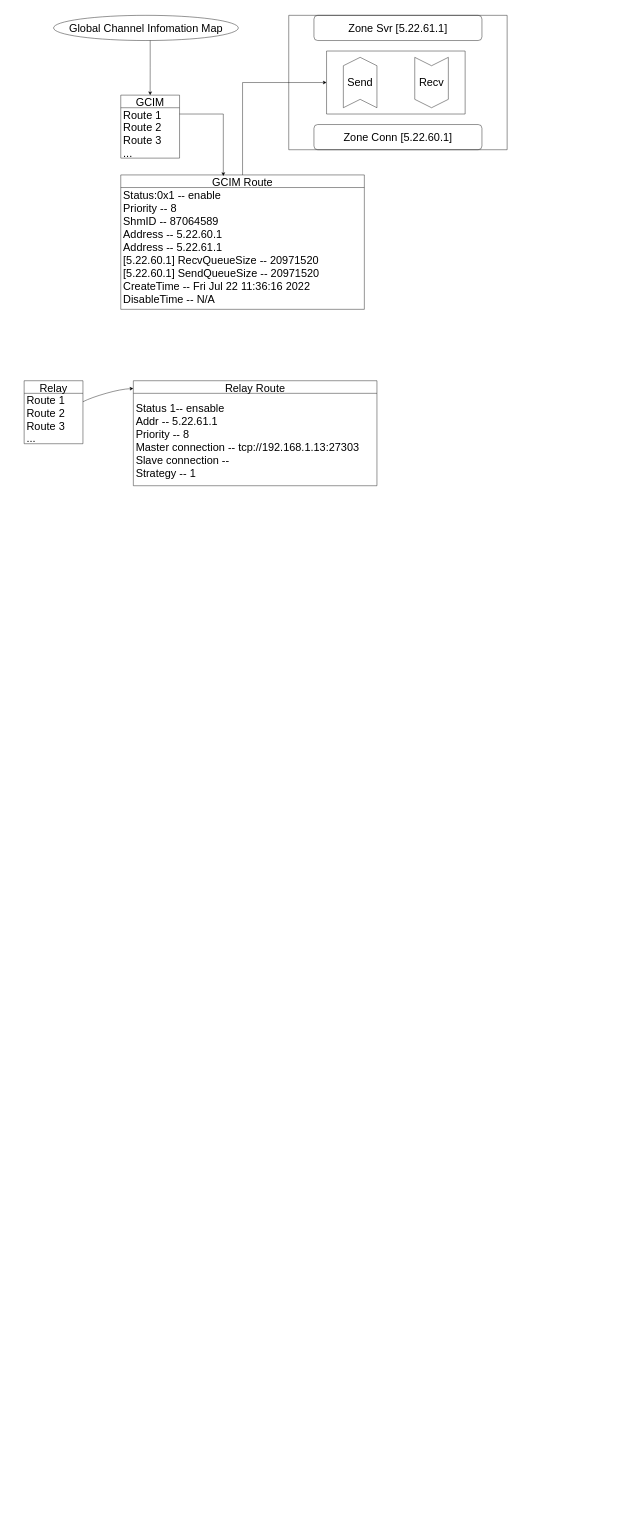
This is Bus.drawio from lincOBA/netstat-tcp, a draw.io file, before an edit. Source tidied: cells renumbered, new cells numbered last; positions are measured from the earlier drawing's top-left corner, leaving out a move shared by most shapes. Both pictures are drawn from the tidied source at 42%, with x=0, y=0 at pixel (24, 15).
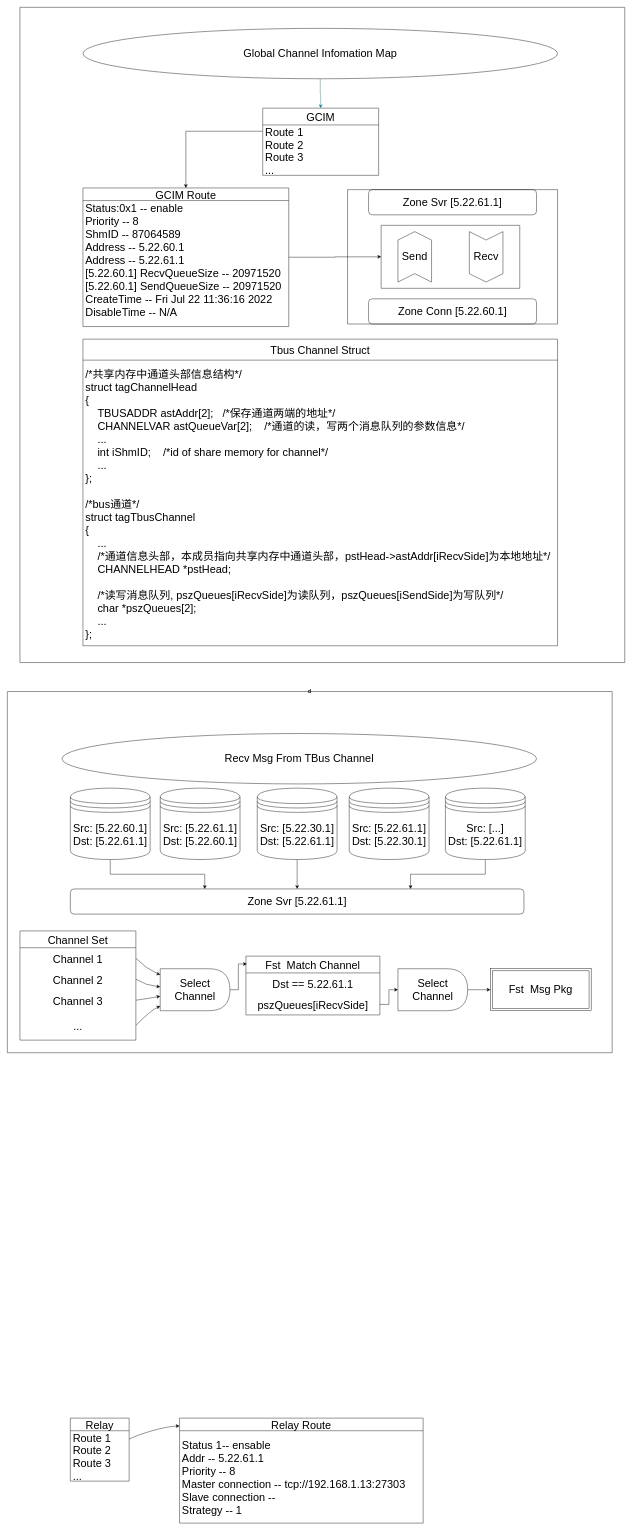
The same page after the edit.

Diff of the diagram source:
```diff
@@
-    <mxCell id="2" style="edgeStyle=orthogonalEdgeStyle;rounded=0;jettySize=auto;html=1;fontSize=26;exitX=0.523;exitY=0.917;exitDx=0;exitDy=0;exitPerimeter=0;entryX=0.5;entryY=0;entryDx=0;entryDy=0;" parent="1" edge="1" source="16" target="3">
-      <mxGeometry relative="1" as="geometry" />
-    </mxCell>
-    <mxCell id="3" value="GCIM" style="swimlane;fontStyle=0;horizontal=1;startSize=30;fontSize=26;" parent="1" vertex="1">
-      <mxGeometry x="230" y="190" width="140" height="150" as="geometry" />
+    <mxCell id="3" value="GCIM" style="swimlane;fontStyle=0;horizontal=1;startSize=40;fontSize=26;" parent="1" vertex="1">
+      <mxGeometry x="568" y="221" width="276" height="160" as="geometry" />
     </mxCell>
     <mxCell id="4" value="Route 1" style="text;strokeColor=none;fillColor=none;align=left;verticalAlign=middle;spacingLeft=4;spacingRight=4;overflow=hidden;points=[[0,0.5],[1,0.5]];portConstraint=eastwest;fontSize=26;" parent="3" vertex="1">
-      <mxGeometry y="30" width="140" height="30" as="geometry" />
+      <mxGeometry y="40" width="276" height="30" as="geometry" />
     </mxCell>
     <mxCell id="5" value="Route 2" style="text;strokeColor=none;fillColor=none;align=left;verticalAlign=middle;spacingLeft=4;spacingRight=4;overflow=hidden;fontSize=26;" parent="3" vertex="1">
-      <mxGeometry y="60" width="140" height="30" as="geometry" />
+      <mxGeometry y="70" width="276" height="30" as="geometry" />
     </mxCell>
     <mxCell id="6" value="Route 3" style="text;strokeColor=none;fillColor=none;align=left;verticalAlign=middle;spacingLeft=4;spacingRight=4;overflow=hidden;fontSize=26;" parent="3" vertex="1">
-      <mxGeometry y="90" width="140" height="30" as="geometry" />
+      <mxGeometry y="100" width="276" height="30" as="geometry" />
     </mxCell>
     <mxCell id="7" value="..." style="text;strokeColor=none;fillColor=none;align=left;verticalAlign=middle;spacingLeft=4;spacingRight=4;overflow=hidden;fontSize=26;" parent="3" vertex="1">
-      <mxGeometry y="120" width="140" height="30" as="geometry" />
+      <mxGeometry y="130" width="276" height="30" as="geometry" />
     </mxCell>
-    <mxCell id="8" style="edgeStyle=orthogonalEdgeStyle;rounded=0;jettySize=auto;html=1;entryX=0;entryY=0.5;entryDx=0;entryDy=0;fontSize=26;" parent="1" edge="1" source="9" target="24">
+    <mxCell id="8" style="edgeStyle=orthogonalEdgeStyle;rounded=0;jettySize=auto;html=1;entryX=0;entryY=0.5;entryDx=0;entryDy=0;" parent="1" edge="1" source="9" target="24">
       <mxGeometry relative="1" as="geometry" />
     </mxCell>
     <mxCell id="9" value="GCIM Route" style="swimlane;fontStyle=0;horizontal=1;startSize=30;fontSize=26;" parent="1" vertex="1">
-      <mxGeometry x="230" y="380" width="580" height="320" as="geometry" />
+      <mxGeometry x="140" y="411" width="490" height="330" as="geometry" />
     </mxCell>
     <mxCell id="10" value="Status:0x1 -- enable&#10;Priority -- 8&#10;ShmID -- 87064589&#10;Address -- 5.22.60.1&#10;Address -- 5.22.61.1&#10;[5.22.60.1] RecvQueueSize -- 20971520&#10;[5.22.60.1] SendQueueSize -- 20971520&#10;CreateTime -- Fri Jul 22 11:36:16 2022&#10;DisableTime -- N/A&#10;" style="text;strokeColor=none;fillColor=none;align=left;verticalAlign=middle;spacingLeft=4;spacingRight=4;overflow=hidden;fontSize=26;" parent="9" vertex="1">
-      <mxGeometry y="30" width="580" height="290" as="geometry" />
+      <mxGeometry y="30" width="490" height="300" as="geometry" />
     </mxCell>
+    <mxCell id="2" style="edgeStyle=orthogonalEdgeStyle;rounded=0;jettySize=auto;html=1;entryX=0.5;entryY=0;entryDx=0;entryDy=0;fillColor=#b0e3e6;strokeColor=#0e8088;" parent="1" edge="1" source="16" target="3">
+      <mxGeometry relative="1" as="geometry" />
+    </mxCell>
+    <mxCell id="16" value="Global Channel Infomation Map" style="ellipse;whiteSpace=wrap;html=1;fontSize=26;fontStyle=0;startSize=30;" parent="1" vertex="1">
+      <mxGeometry x="140" y="31" width="1130" height="120" as="geometry" />
+    </mxCell>
+    <mxCell id="20" value="Zone Svr [5.22.61.1]" style="rounded=1;whiteSpace=wrap;html=1;fontSize=26;" parent="1" vertex="1">
+      <mxGeometry x="820" y="415" width="400" height="60" as="geometry" />
+    </mxCell>
+    <mxCell id="21" value="Zone Conn [5.22.60.1]" style="rounded=1;whiteSpace=wrap;html=1;fontSize=26;" parent="1" vertex="1">
+      <mxGeometry x="820" y="675" width="400" height="60" as="geometry" />
+    </mxCell>
+    <mxCell id="22" value="Send" style="shape=step;perimeter=stepPerimeter;whiteSpace=wrap;html=1;fixedSize=1;fontSize=26;direction=north;" parent="1" vertex="1">
+      <mxGeometry x="890" y="515" width="80" height="120" as="geometry" />
+    </mxCell>
+    <mxCell id="23" value="Recv" style="shape=step;perimeter=stepPerimeter;whiteSpace=wrap;html=1;fixedSize=1;fontSize=26;direction=south;" parent="1" vertex="1">
+      <mxGeometry x="1060" y="515" width="80" height="120" as="geometry" />
+    </mxCell>
+    <mxCell id="24" style="swimlane;startSize=0;fontSize=26;" parent="1" vertex="1">
+      <mxGeometry x="850" y="500" width="330" height="150" as="geometry" />
+    </mxCell>
+    <mxCell id="26" style="swimlane;startSize=0;fontSize=26;" parent="1" vertex="1">
+      <mxGeometry x="770" y="415" width="500" height="320" as="geometry" />
+    </mxCell>
+    <mxCell id="25" style="edgeStyle=orthogonalEdgeStyle;rounded=0;jettySize=auto;html=1;" parent="1" edge="1" source="4" target="9">
+      <mxGeometry relative="1" as="geometry" />
+    </mxCell>
+    <mxCell id="27" value="Tbus Channel Struct" style="swimlane;fontStyle=0;horizontal=1;startSize=50;fontSize=26;" parent="1" vertex="1">
+      <mxGeometry x="140" y="771" width="1130" height="730" as="geometry" />
+    </mxCell>
+    <mxCell id="28" value="/*共享内存中通道头部信息结构*/&#10;struct tagChannelHead&#10;{&#10;    TBUSADDR astAddr[2];   /*保存通道两端的地址*/                &#10;    CHANNELVAR astQueueVar[2];    /*通道的读，写两个消息队列的参数信息*/   &#10;    ...                 &#10;    int iShmID;    /*id of share memory for channel*/    &#10;    ...   &#10;};&#10;&#10;/*bus通道*/&#10;struct tagTbusChannel&#10;{&#10;    ...&#10;    /*通道信息头部，本成员指向共享内存中通道头部，pstHead-&gt;astAddr[iRecvSide]为本地地址*/ &#10;    CHANNELHEAD *pstHead;  &#10;&#10;    /*读写消息队列, pszQueues[iRecvSide]为读队列，pszQueues[iSendSide]为写队列*/&#10;    char *pszQueues[2];   &#10;    ...&#10;};" style="text;strokeColor=none;fillColor=none;align=left;verticalAlign=middle;spacingLeft=4;spacingRight=4;overflow=hidden;fontSize=26;fontColor=#000000;" parent="27" vertex="1">
+      <mxGeometry y="50" width="1130" height="680" as="geometry" />
+    </mxCell>
+    <mxCell id="29" style="swimlane;startSize=0;fontColor=#000000;" parent="1" vertex="1">
+      <mxGeometry x="-10" y="-19" width="1440" height="1560" as="geometry" />
+    </mxCell>
+    <mxCell id="30" value="d" style="swimlane;startSize=0;fontColor=#000000;" parent="1" vertex="1">
+      <mxGeometry x="-40" y="1610" width="1440" height="860" as="geometry" />
+    </mxCell>
+    <mxCell id="31" value="Zone Svr [5.22.61.1]" style="rounded=1;whiteSpace=wrap;html=1;fontSize=26;" parent="30" vertex="1">
+      <mxGeometry x="150" y="470" width="1080" height="60" as="geometry" />
+    </mxCell>
+    <mxCell id="32" value="Channel Set" style="swimlane;fontStyle=0;horizontal=1;startSize=40;fontSize=26;align=center;" parent="30" vertex="1">
+      <mxGeometry x="30" y="570" width="276" height="260" as="geometry" />
+    </mxCell>
+    <mxCell id="33" value="Channel 1" style="text;strokeColor=none;fillColor=none;align=center;verticalAlign=middle;spacingLeft=4;spacingRight=4;overflow=hidden;points=[[0,0.5],[1,0.5]];portConstraint=eastwest;fontSize=26;" parent="32" vertex="1">
+      <mxGeometry y="40" width="276" height="50" as="geometry" />
+    </mxCell>
+    <mxCell id="34" value="Channel 2" style="text;strokeColor=none;fillColor=none;align=center;verticalAlign=middle;spacingLeft=4;spacingRight=4;overflow=hidden;points=[[0,0.5],[1,0.5]];portConstraint=eastwest;fontSize=26;" parent="32" vertex="1">
+      <mxGeometry y="90" width="276" height="50" as="geometry" />
+    </mxCell>
+    <mxCell id="35" value="Channel 3" style="text;strokeColor=none;fillColor=none;align=center;verticalAlign=middle;spacingLeft=4;spacingRight=4;overflow=hidden;points=[[0,0.5],[1,0.5]];portConstraint=eastwest;fontSize=26;" parent="32" vertex="1">
+      <mxGeometry y="140" width="276" height="50" as="geometry" />
+    </mxCell>
+    <mxCell id="36" value="..." style="text;strokeColor=none;fillColor=none;align=center;verticalAlign=middle;spacingLeft=4;spacingRight=4;overflow=hidden;points=[[0,0.5],[1,0.5]];portConstraint=eastwest;fontSize=26;" parent="32" vertex="1">
+      <mxGeometry y="190" width="276" height="70" as="geometry" />
+    </mxCell>
+    <mxCell id="37" value="Fst  Match Channel" style="swimlane;fontStyle=0;horizontal=1;startSize=40;fontSize=26;align=center;" parent="30" vertex="1">
+      <mxGeometry x="568" y="630" width="319" height="140" as="geometry" />
+    </mxCell>
+    <mxCell id="38" value="Dst == 5.22.61.1" style="text;strokeColor=none;fillColor=none;align=center;verticalAlign=middle;spacingLeft=4;spacingRight=4;overflow=hidden;fontSize=26;" parent="37" vertex="1">
+      <mxGeometry y="40" width="319" height="50" as="geometry" />
+    </mxCell>
+    <mxCell id="39" value="pszQueues[iRecvSide]" style="text;strokeColor=none;fillColor=none;align=center;verticalAlign=middle;spacingLeft=4;spacingRight=4;overflow=hidden;points=[[0,0.5],[1,0.5]];portConstraint=eastwest;fontSize=26;" parent="37" vertex="1">
+      <mxGeometry y="90" width="319" height="50" as="geometry" />
+    </mxCell>
+    <mxCell id="40" value="Fst&amp;nbsp; Msg Pkg" style="shape=ext;margin=3;double=1;whiteSpace=wrap;html=1;align=center;fontSize=26;fontColor=#000000;" parent="30" vertex="1">
+      <mxGeometry x="1150" y="660" width="240" height="100" as="geometry" />
+    </mxCell>
+    <mxCell id="41" style="edgeStyle=orthogonalEdgeStyle;rounded=0;jettySize=auto;html=1;entryX=0.007;entryY=0.133;entryDx=0;entryDy=0;entryPerimeter=0;fontSize=26;fontColor=#000000;" parent="30" edge="1" source="42" target="37">
+      <mxGeometry relative="1" as="geometry" />
+    </mxCell>
+    <mxCell id="42" value="Select Channel" style="shape=delay;whiteSpace=wrap;html=1;fontSize=26;fontColor=#000000;" parent="30" vertex="1">
+      <mxGeometry x="364" y="660" width="166" height="100" as="geometry" />
+    </mxCell>
+    <mxCell id="43" style="edgeStyle=orthogonalEdgeStyle;rounded=0;jettySize=auto;html=1;fontSize=26;fontColor=#000000;" parent="30" edge="1" source="44" target="40">
+      <mxGeometry relative="1" as="geometry" />
+    </mxCell>
+    <mxCell id="44" value="Select Channel" style="shape=delay;whiteSpace=wrap;html=1;fontSize=26;fontColor=#000000;" parent="30" vertex="1">
+      <mxGeometry x="930" y="660" width="166" height="100" as="geometry" />
+    </mxCell>
+    <mxCell id="45" style="curved=1;endArrow=classic;html=1;rounded=0;fontSize=26;fontColor=#000000;exitX=1;exitY=0.5;exitDx=0;exitDy=0;" parent="30" edge="1" source="33" target="42">
+      <mxGeometry relative="1" as="geometry">
+        <Array as="points">
+          <mxPoint x="330" y="660" />
+        </Array>
+      </mxGeometry>
+    </mxCell>
+    <mxCell id="46" style="curved=1;endArrow=classic;html=1;rounded=0;fontSize=26;fontColor=#000000;exitX=1;exitY=0.5;exitDx=0;exitDy=0;" parent="30" edge="1" source="34" target="42">
+      <mxGeometry relative="1" as="geometry">
+        <Array as="points">
+          <mxPoint x="330" y="700" />
+        </Array>
+      </mxGeometry>
+    </mxCell>
+    <mxCell id="47" style="curved=1;endArrow=classic;html=1;rounded=0;fontSize=26;fontColor=#000000;exitX=1;exitY=0.5;exitDx=0;exitDy=0;" parent="30" edge="1" source="35" target="42">
+      <mxGeometry relative="1" as="geometry">
+        <Array as="points">
+          <mxPoint x="340" y="730" />
+        </Array>
+      </mxGeometry>
+    </mxCell>
+    <mxCell id="48" style="curved=1;endArrow=classic;html=1;rounded=0;fontSize=26;fontColor=#000000;exitX=1;exitY=0.5;exitDx=0;exitDy=0;" parent="30" edge="1" source="36" target="42">
+      <mxGeometry relative="1" as="geometry">
+        <Array as="points">
+          <mxPoint x="340" y="760" />
+        </Array>
+      </mxGeometry>
+    </mxCell>
+    <mxCell id="49" style="edgeStyle=orthogonalEdgeStyle;rounded=0;jettySize=auto;html=1;fontSize=26;fontColor=#000000;" parent="30" edge="1" source="39" target="44">
+      <mxGeometry relative="1" as="geometry" />
+    </mxCell>
+    <mxCell id="50" style="edgeStyle=orthogonalEdgeStyle;rounded=0;jettySize=auto;html=1;fontSize=26;fontColor=#000000;" parent="30" edge="1" source="51" target="31">
+      <mxGeometry relative="1" as="geometry">
+        <Array as="points">
+          <mxPoint x="245" y="435" />
+          <mxPoint x="470" y="435" />
+        </Array>
+      </mxGeometry>
+    </mxCell>
+    <mxCell id="51" value="&lt;div&gt;Src: [5.22.60.1]&lt;/div&gt;&lt;div&gt;Dst: [5.22.61.1]&lt;br&gt;&lt;/div&gt;" style="shape=datastore;whiteSpace=wrap;html=1;fontSize=26;fontColor=#000000;" parent="30" vertex="1">
+      <mxGeometry x="150" y="230" width="190" height="170" as="geometry" />
+    </mxCell>
+    <mxCell id="52" value="&lt;div&gt;Src: [5.22.61.1]&lt;/div&gt;&lt;div&gt;Dst: [5.22.60.1]&lt;br&gt;&lt;/div&gt;" style="shape=datastore;whiteSpace=wrap;html=1;fontSize=26;fontColor=#000000;" parent="30" vertex="1">
+      <mxGeometry x="364" y="230" width="190" height="170" as="geometry" />
+    </mxCell>
+    <mxCell id="53" style="edgeStyle=orthogonalEdgeStyle;rounded=0;jettySize=auto;html=1;fontSize=26;fontColor=#000000;" parent="30" edge="1" source="54" target="31">
+      <mxGeometry relative="1" as="geometry" />
+    </mxCell>
+    <mxCell id="54" value="&lt;div&gt;Src: [5.22.30.1]&lt;/div&gt;&lt;div&gt;Dst: [5.22.61.1]&lt;br&gt;&lt;/div&gt;" style="shape=datastore;whiteSpace=wrap;html=1;fontSize=26;fontColor=#000000;" parent="30" vertex="1">
+      <mxGeometry x="595" y="230" width="190" height="170" as="geometry" />
+    </mxCell>
+    <mxCell id="55" style="edgeStyle=orthogonalEdgeStyle;rounded=0;jettySize=auto;html=1;entryX=0.75;entryY=0;entryDx=0;entryDy=0;fontSize=26;fontColor=#000000;" parent="30" edge="1" source="56" target="31">
+      <mxGeometry relative="1" as="geometry" />
+    </mxCell>
+    <mxCell id="56" value="&lt;div&gt;Src: [...]&lt;/div&gt;&lt;div&gt;Dst: [5.22.61.1]&lt;/div&gt;" style="shape=datastore;whiteSpace=wrap;html=1;fontSize=26;fontColor=#000000;" parent="30" vertex="1">
+      <mxGeometry x="1043" y="230" width="190" height="170" as="geometry" />
+    </mxCell>
+    <mxCell id="57" value="&lt;div&gt;Src: [5.22.61.1]&lt;/div&gt;&lt;div&gt;Dst: [5.22.30.1]&lt;br&gt;&lt;/div&gt;" style="shape=datastore;whiteSpace=wrap;html=1;fontSize=26;fontColor=#000000;" parent="30" vertex="1">
+      <mxGeometry x="814" y="230" width="190" height="170" as="geometry" />
+    </mxCell>
     <mxCell id="11" value="Relay" style="swimlane;fontStyle=0;horizontal=1;startSize=30;fontSize=26;" parent="1" vertex="1">
-      <mxGeometry y="870" width="140" height="150" as="geometry" />
+      <mxGeometry x="110" y="3340" width="140" height="150" as="geometry" />
     </mxCell>
@@
-    <mxCell id="16" value="Global Channel Infomation Map" style="ellipse;whiteSpace=wrap;html=1;fontSize=26;fontStyle=0;startSize=30;" parent="1" vertex="1">
-      <mxGeometry x="70" width="440" height="60" as="geometry" />
-    </mxCell>
     <mxCell id="17" value="Relay Route" style="swimlane;fontStyle=0;horizontal=1;startSize=30;fontSize=26;" parent="1" vertex="1">
-      <mxGeometry x="260" y="870" width="580" height="250" as="geometry" />
+      <mxGeometry x="370" y="3340" width="580" height="250" as="geometry" />
     </mxCell>
@@
-    <mxCell id="19" style="curved=1;endArrow=classic;html=1;rounded=0;fontSize=26;entryX=0;entryY=0.074;entryDx=0;entryDy=0;entryPerimeter=0;" parent="1" edge="1" target="17">
-      <mxGeometry relative="1" as="geometry">
-        <mxPoint x="140" y="920" as="sourcePoint" />
-        <Array as="points">
-          <mxPoint x="160" y="910" />
-          <mxPoint x="230" y="890" />
-        </Array>
-      </mxGeometry>
-    </mxCell>
-    <mxCell id="20" value="Zone Svr [5.22.61.1]" style="rounded=1;whiteSpace=wrap;html=1;fontSize=26;" parent="1" vertex="1">
-      <mxGeometry x="690" width="400" height="60" as="geometry" />
-    </mxCell>
-    <mxCell id="21" value="Zone Conn [5.22.60.1]" style="rounded=1;whiteSpace=wrap;html=1;fontSize=26;" parent="1" vertex="1">
-      <mxGeometry x="690" y="260" width="400" height="60" as="geometry" />
-    </mxCell>
-    <mxCell id="22" value="Send" style="shape=step;perimeter=stepPerimeter;whiteSpace=wrap;html=1;fixedSize=1;fontSize=26;direction=north;" parent="1" vertex="1">
-      <mxGeometry x="760" y="100" width="80" height="120" as="geometry" />
-    </mxCell>
-    <mxCell id="23" value="Recv" style="shape=step;perimeter=stepPerimeter;whiteSpace=wrap;html=1;fixedSize=1;fontSize=26;direction=south;" parent="1" vertex="1">
-      <mxGeometry x="930" y="100" width="80" height="120" as="geometry" />
-    </mxCell>
-    <mxCell id="24" style="swimlane;startSize=0;fontSize=26;" parent="1" vertex="1">
-      <mxGeometry x="720" y="85" width="330" height="150" as="geometry" />
-    </mxCell>
-    <mxCell id="25" style="edgeStyle=orthogonalEdgeStyle;rounded=0;jettySize=auto;html=1;entryX=0.421;entryY=0.008;entryDx=0;entryDy=0;entryPerimeter=0;fontSize=26;" parent="1" edge="1" source="4" target="9">
-      <mxGeometry relative="1" as="geometry" />
-    </mxCell>
-    <mxCell id="26" style="swimlane;startSize=0;fontSize=26;" parent="1" vertex="1">
-      <mxGeometry x="630" width="520" height="320" as="geometry" />
-    </mxCell>
+    <mxCell id="58" style="curved=1;endArrow=classic;html=1;rounded=0;fontSize=26;entryX=0;entryY=0.074;entryDx=0;entryDy=0;entryPerimeter=0;" parent="1" edge="1" target="17">
+      <mxGeometry relative="1" as="geometry">
+        <mxPoint x="250" y="3390" as="sourcePoint" />
+        <Array as="points">
+          <mxPoint x="270" y="3380" />
+          <mxPoint x="340" y="3360" />
+        </Array>
+      </mxGeometry>
+    </mxCell>
+    <mxCell id="59" value="Recv Msg From TBus Channel" style="ellipse;whiteSpace=wrap;html=1;fontSize=26;fontStyle=0;startSize=30;" parent="1" vertex="1">
+      <mxGeometry x="90" y="1710" width="1130" height="120" as="geometry" />
+    </mxCell>
```
